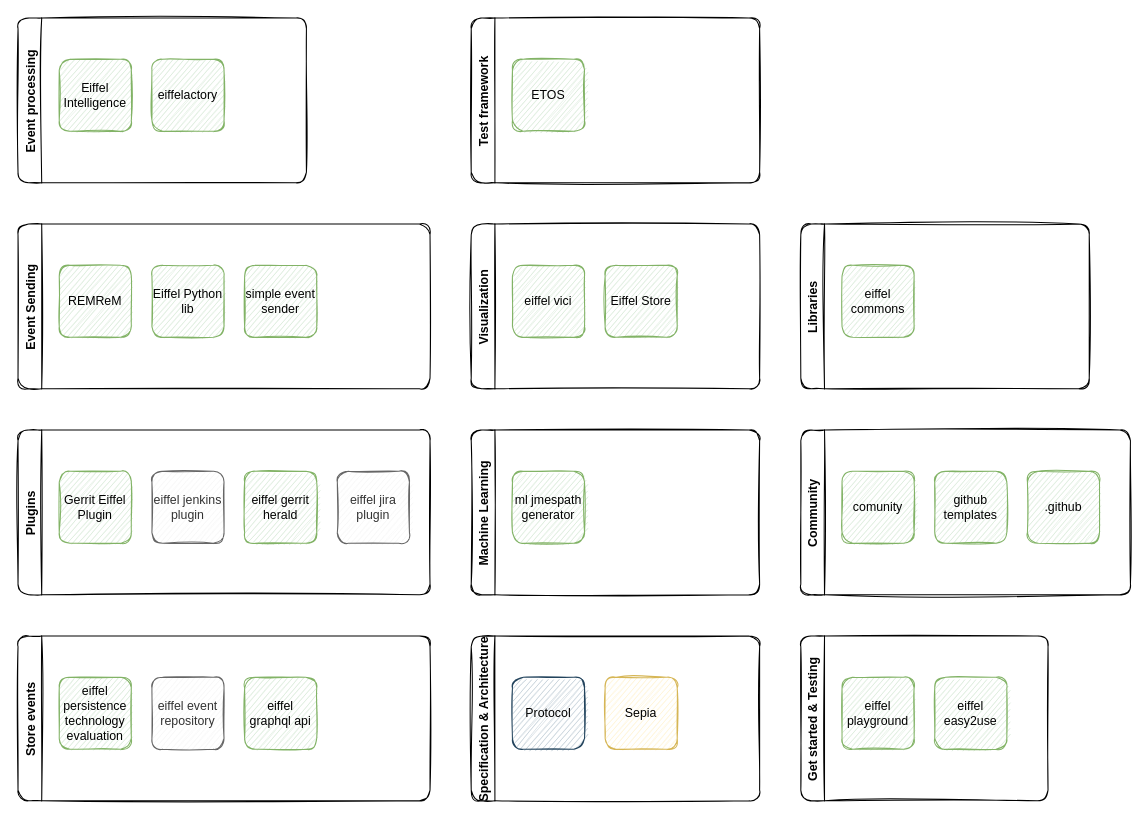
The draw.io diagram landscape.drawio in eiffel-community/eiffel-sepia, before the edit. Source tidied: cells renumbered, new cells numbered last; positions are measured from the earlier drawing's top-left corner, leaving out a move shared by most shapes. Both pictures are drawn from the tidied source at 103%, with x=0, y=0 at pixel (18, 18).
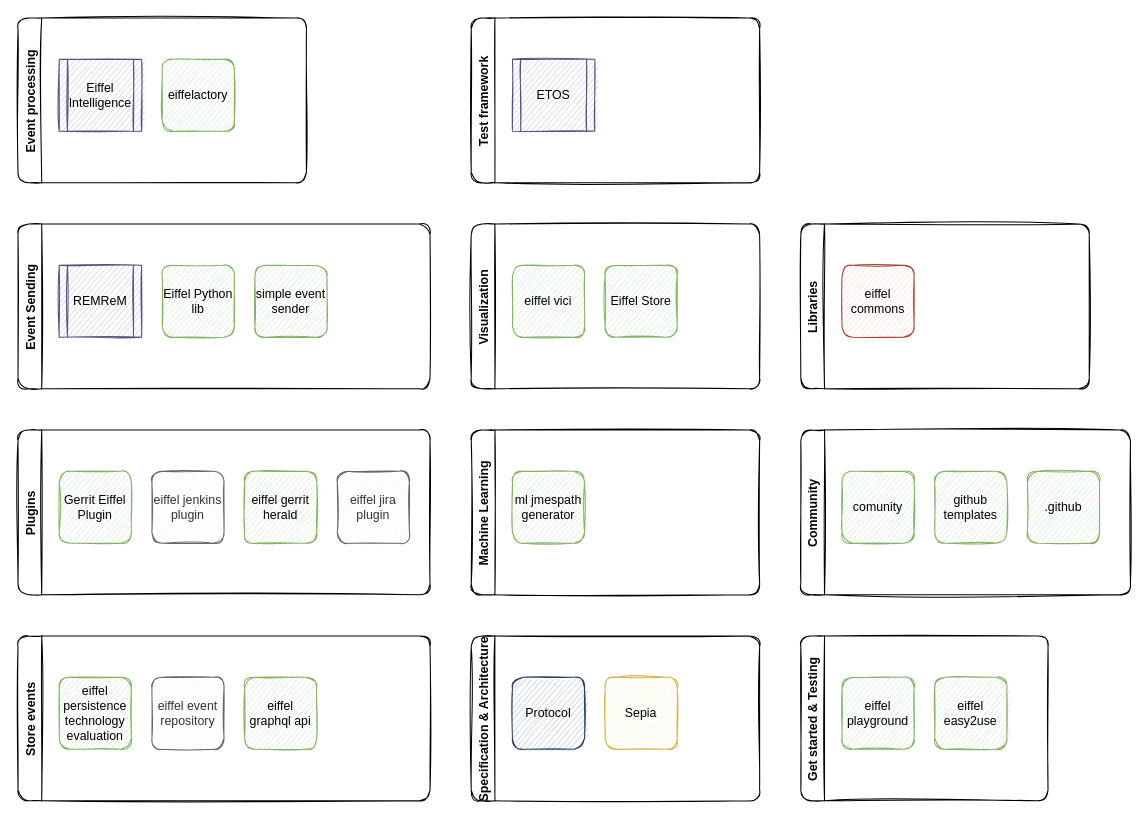
Above is the later version.

Commit message:
Edit shape and color

Unchanged cells that the change refers to:
```xml
<mxCell id="14" value="Event Sending" style="swimlane;horizontal=0;rounded=1;sketch=1;glass=0;shadow=0;" parent="1" vertex="1">
  <mxGeometry y="200" width="400" height="160" as="geometry" />
</mxCell>
<mxCell id="26" value="Event processing" style="swimlane;horizontal=0;rounded=1;sketch=1;" parent="1" vertex="1">
  <mxGeometry width="280" height="160" as="geometry" />
</mxCell>
<mxCell id="29" value="Test framework" style="swimlane;horizontal=0;rounded=1;sketch=1;" parent="1" vertex="1">
  <mxGeometry x="440" width="280" height="160" as="geometry" />
</mxCell>
<mxCell id="35" value="Libraries" style="swimlane;horizontal=0;rounded=1;sketch=1;" parent="1" vertex="1">
  <mxGeometry x="760" y="200" width="280" height="160" as="geometry" />
</mxCell>
```

Change to the diagram source:
```diff
@@
-    <mxCell id="15" value="REMReM" style="whiteSpace=wrap;html=1;sketch=1;rounded=1;fillColor=#d5e8d4;strokeColor=#82b366;" parent="14" vertex="1">
-      <mxGeometry x="40" y="40" width="70" height="70" as="geometry" />
+    <mxCell id="15" value="REMReM" style="shape=process;whiteSpace=wrap;html=1;backgroundOutline=1;fontFamily=Helvetica;fontSize=12;align=center;strokeColor=#56517e;fillColor=#d0cee2;sketch=1;" parent="14" vertex="1">
+      <mxGeometry x="40" y="40" width="80" height="70" as="geometry" />
     </mxCell>
     <mxCell id="16" value="&lt;div&gt;Eiffel Python lib&lt;/div&gt;" style="whiteSpace=wrap;html=1;sketch=1;rounded=1;fillColor=#d5e8d4;strokeColor=#82b366;" parent="14" vertex="1">
-      <mxGeometry x="130" y="40" width="70" height="70" as="geometry" />
+      <mxGeometry x="140" y="40" width="70" height="70" as="geometry" />
     </mxCell>
     <mxCell id="17" value="&lt;div&gt;simple event sender &lt;br&gt;&lt;/div&gt;" style="whiteSpace=wrap;html=1;sketch=1;rounded=1;fillColor=#d5e8d4;strokeColor=#82b366;" parent="14" vertex="1">
-      <mxGeometry x="220" y="40" width="70" height="70" as="geometry" />
+      <mxGeometry x="230" y="40" width="70" height="70" as="geometry" />
     </mxCell>
@@
-    <mxCell id="27" value="Eiffel Intelligence" style="whiteSpace=wrap;html=1;sketch=1;rounded=1;fillColor=#d5e8d4;strokeColor=#82b366;" parent="26" vertex="1">
-      <mxGeometry x="40" y="40" width="70" height="70" as="geometry" />
+    <mxCell id="27" value="Eiffel Intelligence" style="shape=process;whiteSpace=wrap;html=1;backgroundOutline=1;fontFamily=Helvetica;fontSize=12;align=center;strokeColor=#56517e;fillColor=#d0cee2;sketch=1;" parent="26" vertex="1">
+      <mxGeometry x="40" y="40" width="80" height="70" as="geometry" />
     </mxCell>
     <mxCell id="28" value="eiffelactory" style="whiteSpace=wrap;html=1;sketch=1;rounded=1;fillColor=#d5e8d4;strokeColor=#82b366;" parent="26" vertex="1">
-      <mxGeometry x="130" y="40" width="70" height="70" as="geometry" />
+      <mxGeometry x="140" y="40" width="70" height="70" as="geometry" />
     </mxCell>
@@
-    <mxCell id="30" value="&lt;div&gt;ETOS&lt;/div&gt;" style="whiteSpace=wrap;html=1;sketch=1;rounded=1;fillColor=#d5e8d4;strokeColor=#82b366;" parent="29" vertex="1">
-      <mxGeometry x="40" y="40" width="70" height="70" as="geometry" />
+    <mxCell id="30" value="&lt;div&gt;ETOS&lt;/div&gt;" style="shape=process;whiteSpace=wrap;html=1;backgroundOutline=1;fontFamily=Helvetica;fontSize=12;align=center;strokeColor=#56517e;fillColor=#d0cee2;sketch=1;" parent="29" vertex="1">
+      <mxGeometry x="40" y="40" width="80" height="70" as="geometry" />
     </mxCell>
@@
-    <mxCell id="36" value="eiffel commons" style="whiteSpace=wrap;html=1;sketch=1;rounded=1;fillColor=#d5e8d4;strokeColor=#82b366;" parent="35" vertex="1">
+    <mxCell id="36" value="eiffel commons" style="whiteSpace=wrap;html=1;sketch=1;rounded=1;fillColor=#fad9d5;strokeColor=#ae4132;" parent="35" vertex="1">
       <mxGeometry x="40" y="40" width="70" height="70" as="geometry" />
     </mxCell>
```
